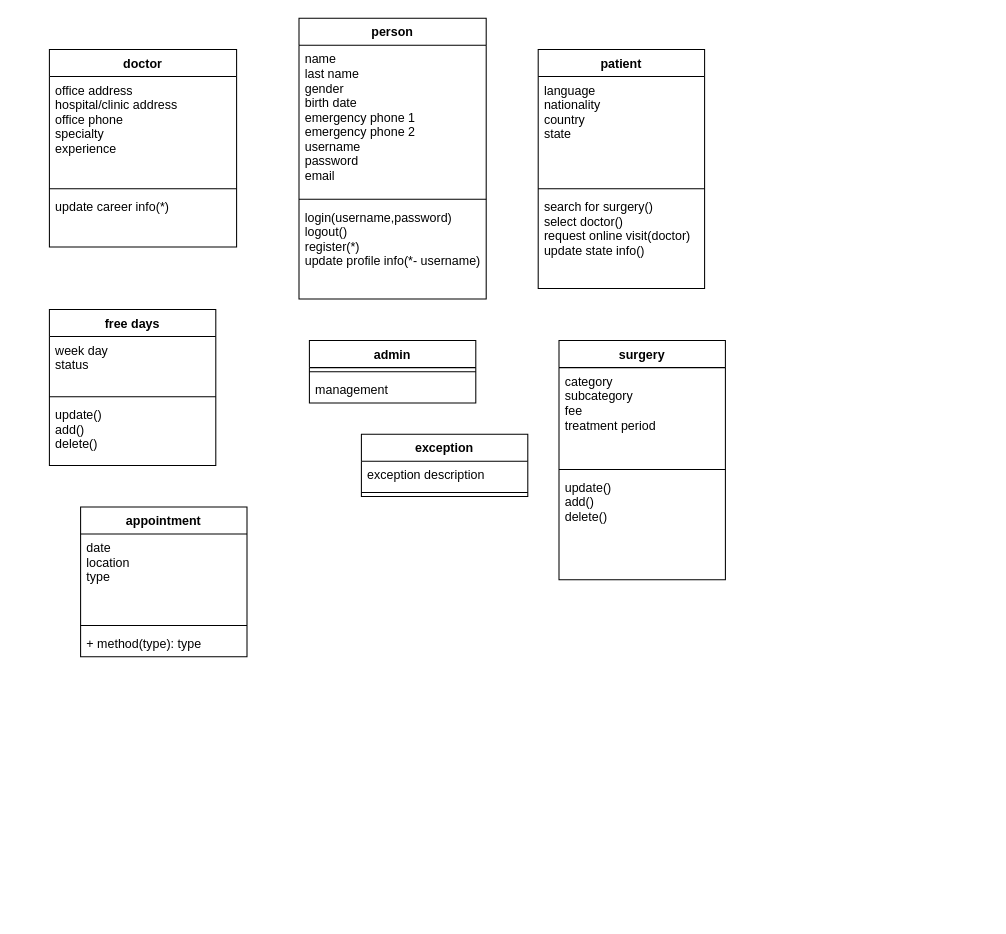
Before: phase 2/class digram/class diagram.drawio in NegarES/medical_tourism, a draw.io diagram. Source tidied: cells renumbered, new cells numbered last; positions are measured from the earlier drawing's top-left corner, leaving out a move shared by most shapes. Both pictures are drawn from the tidied source at 104%, with x=0, y=0 at pixel (49, 18).
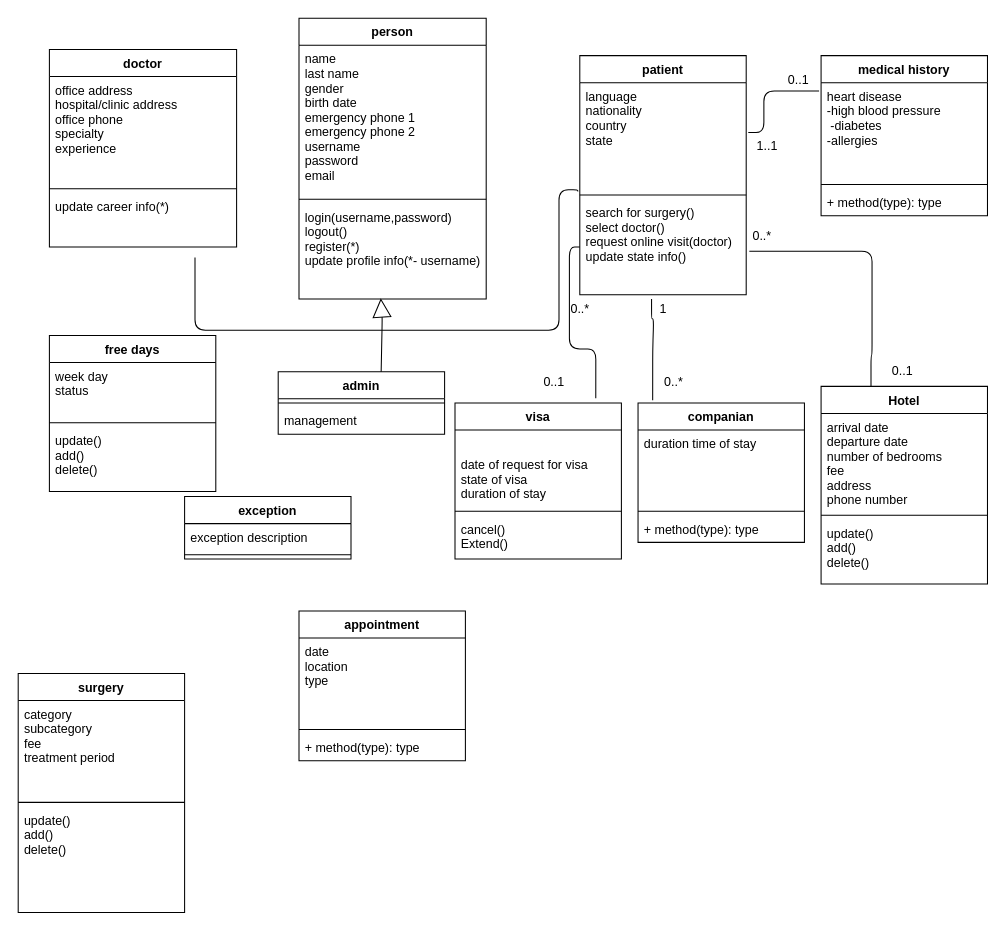
Above is the later version.

Commit message:
updated class diagram

update visa,hotel,medical history and companion

The change refers to these unchanged cells:
```xml
<mxCell id="5" value="login(username,password)&#10;logout()&#10;register(*)&#10;update profile info(*- username)&#10;" style="text;strokeColor=none;fillColor=none;align=left;verticalAlign=top;spacingLeft=4;spacingRight=4;overflow=hidden;points=[[0,0.5],[1,0.5]];portConstraint=eastwest;" parent="2" vertex="1">
  <mxGeometry y="178" width="180" height="92" as="geometry" />
</mxCell>
<mxCell id="7" value="language&#10;nationality&#10;country&#10;state" style="text;strokeColor=none;fillColor=none;align=left;verticalAlign=top;spacingLeft=4;spacingRight=4;overflow=hidden;points=[[0,0.5],[1,0.5]];portConstraint=eastwest;" parent="6" vertex="1">
  <mxGeometry y="26" width="160" height="104" as="geometry" />
</mxCell>
<mxCell id="9" value="search for surgery()&#10;select doctor()&#10;request online visit(doctor)&#10;update state info()&#10;" style="text;strokeColor=none;fillColor=none;align=left;verticalAlign=top;spacingLeft=4;spacingRight=4;overflow=hidden;points=[[0,0.5],[1,0.5]];portConstraint=eastwest;" parent="6" vertex="1">
  <mxGeometry y="138" width="160" height="92" as="geometry" />
</mxCell>
```

What changed in the source:
```diff
@@
     <mxCell id="6" value="patient" style="swimlane;fontStyle=1;align=center;verticalAlign=top;horizontal=1;startSize=26;" parent="1" vertex="1">
-      <mxGeometry x="470" y="30" width="160" height="230" as="geometry" />
+      <mxGeometry x="510" y="36" width="160" height="230" as="geometry" />
     </mxCell>
@@
     <mxCell id="14" value="free days" style="swimlane;fontStyle=1;align=center;verticalAlign=top;horizontal=1;startSize=26;" parent="1" vertex="1">
-      <mxGeometry y="280" width="160" height="150" as="geometry" />
+      <mxGeometry y="305" width="160" height="150" as="geometry" />
     </mxCell>
@@
     <mxCell id="18" value="admin" style="swimlane;fontStyle=1;align=center;verticalAlign=top;horizontal=1;startSize=26;" parent="1" vertex="1">
-      <mxGeometry x="250" y="310" width="160" height="60" as="geometry" />
+      <mxGeometry x="220" y="340" width="160" height="60" as="geometry" />
     </mxCell>
@@
     <mxCell id="21" value="surgery" style="swimlane;fontStyle=1;align=center;verticalAlign=top;horizontal=1;startSize=26;" parent="1" vertex="1">
-      <mxGeometry x="490" y="310" width="160" height="230" as="geometry" />
+      <mxGeometry x="-30" y="630" width="160" height="230" as="geometry" />
     </mxCell>
@@
     <mxCell id="25" value="exception" style="swimlane;fontStyle=1;align=center;verticalAlign=top;horizontal=1;startSize=26;" parent="1" vertex="1">
-      <mxGeometry x="300" y="400" width="160" height="60" as="geometry" />
+      <mxGeometry x="130" y="460" width="160" height="60" as="geometry" />
     </mxCell>
@@
     <mxCell id="28" value="appointment" style="swimlane;fontStyle=1;align=center;verticalAlign=top;horizontal=1;startSize=26;" parent="1" vertex="1">
-      <mxGeometry x="30" y="470" width="160" height="144" as="geometry" />
+      <mxGeometry x="240" y="570" width="160" height="144" as="geometry" />
     </mxCell>
@@
+    <mxCell id="32" value="visa" style="swimlane;fontStyle=1;align=center;verticalAlign=top;horizontal=1;startSize=26;" parent="1" vertex="1">
+      <mxGeometry x="390" y="370" width="160" height="150" as="geometry" />
+    </mxCell>
+    <mxCell id="33" style="text;html=1;align=center;verticalAlign=middle;" parent="32" vertex="1">
+      <mxGeometry y="26" width="160" height="20" as="geometry" />
+    </mxCell>
+    <mxCell id="34" value="date of request for visa&#10;state of visa&#10;duration of stay" style="text;strokeColor=none;fillColor=none;align=left;verticalAlign=top;spacingLeft=4;spacingRight=4;overflow=hidden;" parent="32" vertex="1">
+      <mxGeometry y="46" width="160" height="54" as="geometry" />
+    </mxCell>
+    <mxCell id="35" style="line;strokeWidth=1;fillColor=none;align=left;verticalAlign=middle;spacingTop=-1;spacingLeft=3;spacingRight=3;labelPosition=right;" parent="32" vertex="1">
+      <mxGeometry y="100" width="160" height="8" as="geometry" />
+    </mxCell>
+    <mxCell id="36" value="cancel()&#10;Extend()&#10;" style="text;strokeColor=none;fillColor=none;align=left;verticalAlign=top;spacingLeft=4;spacingRight=4;overflow=hidden;" parent="32" vertex="1">
+      <mxGeometry y="108" width="160" height="42" as="geometry" />
+    </mxCell>
+    <mxCell id="37" style="endArrow=none;html=1;edgeStyle=orthogonalEdgeStyle;entryX=0.846;entryY=-0.031;entryDx=0;entryDy=0;entryPerimeter=0;" parent="1" edge="1" source="9" target="32">
+      <mxGeometry relative="1" as="geometry" />
+    </mxCell>
+    <mxCell id="38" value="0..*" style="text;html=1;align=center;verticalAlign=middle;" parent="1" vertex="1">
+      <mxGeometry x="495" y="270" width="30" height="20" as="geometry" />
+    </mxCell>
+    <mxCell id="39" value="0..1" style="text;html=1;align=center;verticalAlign=middle;" parent="1" vertex="1">
+      <mxGeometry x="465" y="340" width="40" height="20" as="geometry" />
+    </mxCell>
+    <mxCell id="40" value="companian" style="swimlane;fontStyle=1;align=center;verticalAlign=top;horizontal=1;startSize=26;" parent="1" vertex="1">
+      <mxGeometry x="566" y="370" width="160" height="134" as="geometry" />
+    </mxCell>
+    <mxCell id="41" value="duration time of stay" style="text;strokeColor=none;fillColor=none;align=left;verticalAlign=top;spacingLeft=4;spacingRight=4;overflow=hidden;" parent="40" vertex="1">
+      <mxGeometry y="26" width="160" height="74" as="geometry" />
+    </mxCell>
+    <mxCell id="42" style="line;strokeWidth=1;fillColor=none;align=left;verticalAlign=middle;spacingTop=-1;spacingLeft=3;spacingRight=3;labelPosition=right;" parent="40" vertex="1">
+      <mxGeometry y="100" width="160" height="8" as="geometry" />
+    </mxCell>
+    <mxCell id="43" value="+ method(type): type" style="text;strokeColor=none;fillColor=none;align=left;verticalAlign=top;spacingLeft=4;spacingRight=4;overflow=hidden;" parent="40" vertex="1">
+      <mxGeometry y="108" width="160" height="26" as="geometry" />
+    </mxCell>
+    <mxCell id="44" style="endArrow=none;html=1;edgeStyle=orthogonalEdgeStyle;exitX=0.088;exitY=-0.02;exitDx=0;exitDy=0;exitPerimeter=0;" parent="1" edge="1" source="40">
+      <mxGeometry relative="1" as="geometry">
+        <mxPoint x="579" y="270" as="targetPoint" />
+        <Array as="points">
+          <mxPoint x="580" y="320" />
+          <mxPoint x="581" y="320" />
+          <mxPoint x="581" y="289" />
+          <mxPoint x="579" y="289" />
+          <mxPoint x="579" y="270" />
+        </Array>
+      </mxGeometry>
+    </mxCell>
+    <mxCell id="45" style="html=1;align=left;verticalAlign=bottom;labelBackgroundColor=#ffffff;fontSize=10;" parent="44" vertex="1">
+      <mxGeometry x="-1" relative="1" as="geometry" />
+    </mxCell>
+    <mxCell id="46" value="0..*" style="text;html=1;align=center;verticalAlign=middle;direction=south;" parent="1" vertex="1">
+      <mxGeometry x="590" y="335" width="20" height="30" as="geometry" />
+    </mxCell>
+    <mxCell id="47" value="1" style="text;html=1;align=center;verticalAlign=middle;" parent="1" vertex="1">
+      <mxGeometry x="580" y="270" width="20" height="20" as="geometry" />
+    </mxCell>
+    <mxCell id="48" value="Hotel" style="swimlane;fontStyle=1;align=center;verticalAlign=top;horizontal=1;startSize=26;" parent="1" vertex="1">
+      <mxGeometry x="742" y="354" width="160" height="190" as="geometry" />
+    </mxCell>
+    <mxCell id="49" value="arrival date&#10;departure date&#10;number of bedrooms &#10;fee&#10;address&#10;phone number" style="text;strokeColor=none;fillColor=none;align=left;verticalAlign=top;spacingLeft=4;spacingRight=4;overflow=hidden;" parent="48" vertex="1">
+      <mxGeometry y="26" width="160" height="94" as="geometry" />
+    </mxCell>
+    <mxCell id="50" style="line;strokeWidth=1;fillColor=none;align=left;verticalAlign=middle;spacingTop=-1;spacingLeft=3;spacingRight=3;labelPosition=right;" parent="48" vertex="1">
+      <mxGeometry y="120" width="160" height="8" as="geometry" />
+    </mxCell>
+    <mxCell id="51" value="update()&#10;add()&#10;delete()&#10;" style="text;strokeColor=none;fillColor=none;align=left;verticalAlign=top;spacingLeft=4;spacingRight=4;overflow=hidden;" parent="48" vertex="1">
+      <mxGeometry y="128" width="160" height="62" as="geometry" />
+    </mxCell>
+    <mxCell id="52" style="endArrow=none;html=1;edgeStyle=orthogonalEdgeStyle;" parent="1" edge="1">
+      <mxGeometry relative="1" as="geometry">
+        <mxPoint x="790" y="354" as="sourcePoint" />
+        <mxPoint x="673" y="224" as="targetPoint" />
+        <Array as="points">
+          <mxPoint x="790" y="324" />
+          <mxPoint x="791" y="324" />
+          <mxPoint x="791" y="224" />
+          <mxPoint x="673" y="224" />
+        </Array>
+      </mxGeometry>
+    </mxCell>
+    <mxCell id="53" style="html=1;align=left;verticalAlign=bottom;labelBackgroundColor=#ffffff;fontSize=10;" parent="52" vertex="1">
+      <mxGeometry x="-1" relative="1" as="geometry" />
+    </mxCell>
+    <mxCell id="54" value="0..*" style="text;html=1;align=center;verticalAlign=middle;" parent="1" vertex="1">
+      <mxGeometry x="670" y="200" width="30" height="20" as="geometry" />
+    </mxCell>
+    <mxCell id="55" value="0..1" style="text;html=1;align=center;verticalAlign=middle;" parent="1" vertex="1">
+      <mxGeometry x="800" y="330" width="40" height="20" as="geometry" />
+    </mxCell>
+    <mxCell id="56" value="medical history" style="swimlane;fontStyle=1;align=center;verticalAlign=top;horizontal=1;startSize=26;" parent="1" vertex="1">
+      <mxGeometry x="742" y="36" width="160" height="154" as="geometry" />
+    </mxCell>
+    <mxCell id="57" value="heart disease&#10;-high blood pressure&#10; -diabetes&#10;-allergies" style="text;strokeColor=none;fillColor=none;align=left;verticalAlign=top;spacingLeft=4;spacingRight=4;overflow=hidden;points=[[0,0.5],[1,0.5]];portConstraint=eastwest;" parent="56" vertex="1">
+      <mxGeometry y="26" width="160" height="94" as="geometry" />
+    </mxCell>
+    <mxCell id="58" style="line;strokeWidth=1;fillColor=none;align=left;verticalAlign=middle;spacingTop=-1;spacingLeft=3;spacingRight=3;labelPosition=right;" parent="56" vertex="1">
+      <mxGeometry y="120" width="160" height="8" as="geometry" />
+    </mxCell>
+    <mxCell id="59" value="+ method(type): type" style="text;strokeColor=none;fillColor=none;align=left;verticalAlign=top;spacingLeft=4;spacingRight=4;overflow=hidden;" parent="56" vertex="1">
+      <mxGeometry y="128" width="160" height="26" as="geometry" />
+    </mxCell>
+    <mxCell id="60" style="endArrow=none;html=1;edgeStyle=orthogonalEdgeStyle;entryX=-0.012;entryY=0.085;entryDx=0;entryDy=0;entryPerimeter=0;" parent="1" edge="1" target="57">
+      <mxGeometry relative="1" as="geometry">
+        <mxPoint x="672" y="110" as="sourcePoint" />
+        <Array as="points">
+          <mxPoint x="672" y="110" />
+          <mxPoint x="687" y="110" />
+          <mxPoint x="687" y="70" />
+        </Array>
+      </mxGeometry>
+    </mxCell>
+    <mxCell id="61" style="html=1;align=left;verticalAlign=bottom;labelBackgroundColor=#ffffff;fontSize=10;" parent="60" vertex="1">
+      <mxGeometry x="-1" relative="1" as="geometry" />
+    </mxCell>
+    <mxCell id="62" value="0..1" style="text;html=1;align=center;verticalAlign=middle;" parent="1" vertex="1">
+      <mxGeometry x="700" y="50" width="40" height="20" as="geometry" />
+    </mxCell>
+    <mxCell id="63" style="endArrow=block;endSize=16;endFill=0;html=1;entryX=0.437;entryY=0.993;entryDx=0;entryDy=0;entryPerimeter=0;" parent="1" edge="1" target="5">
+      <mxGeometry x="1" y="158" relative="1" as="geometry">
+        <mxPoint x="319" y="340" as="sourcePoint" />
+        <Array as="points">
+          <mxPoint x="320" y="290" />
+        </Array>
+        <mxPoint x="150" y="108" as="offset" />
+      </mxGeometry>
+    </mxCell>
+    <mxCell id="64" style="endArrow=none;html=1;edgeStyle=orthogonalEdgeStyle;entryX=-0.012;entryY=1.006;entryDx=0;entryDy=0;entryPerimeter=0;" parent="1" edge="1" target="7">
+      <mxGeometry relative="1" as="geometry">
+        <mxPoint x="140" y="230" as="sourcePoint" />
+        <Array as="points">
+          <mxPoint x="140" y="300" />
+          <mxPoint x="490" y="300" />
+          <mxPoint x="490" y="165" />
+          <mxPoint x="508" y="165" />
+        </Array>
+      </mxGeometry>
+    </mxCell>
+    <mxCell id="65" style="html=1;align=right;verticalAlign=bottom;labelBackgroundColor=#ffffff;fontSize=10;" parent="64" vertex="1">
+      <mxGeometry x="1" relative="1" as="geometry" />
+    </mxCell>
+    <mxCell id="66" value="1..1" style="text;html=1;align=center;verticalAlign=middle;" parent="1" vertex="1">
+      <mxGeometry x="610" y="113" width="160" height="20" as="geometry" />
+    </mxCell>
```
